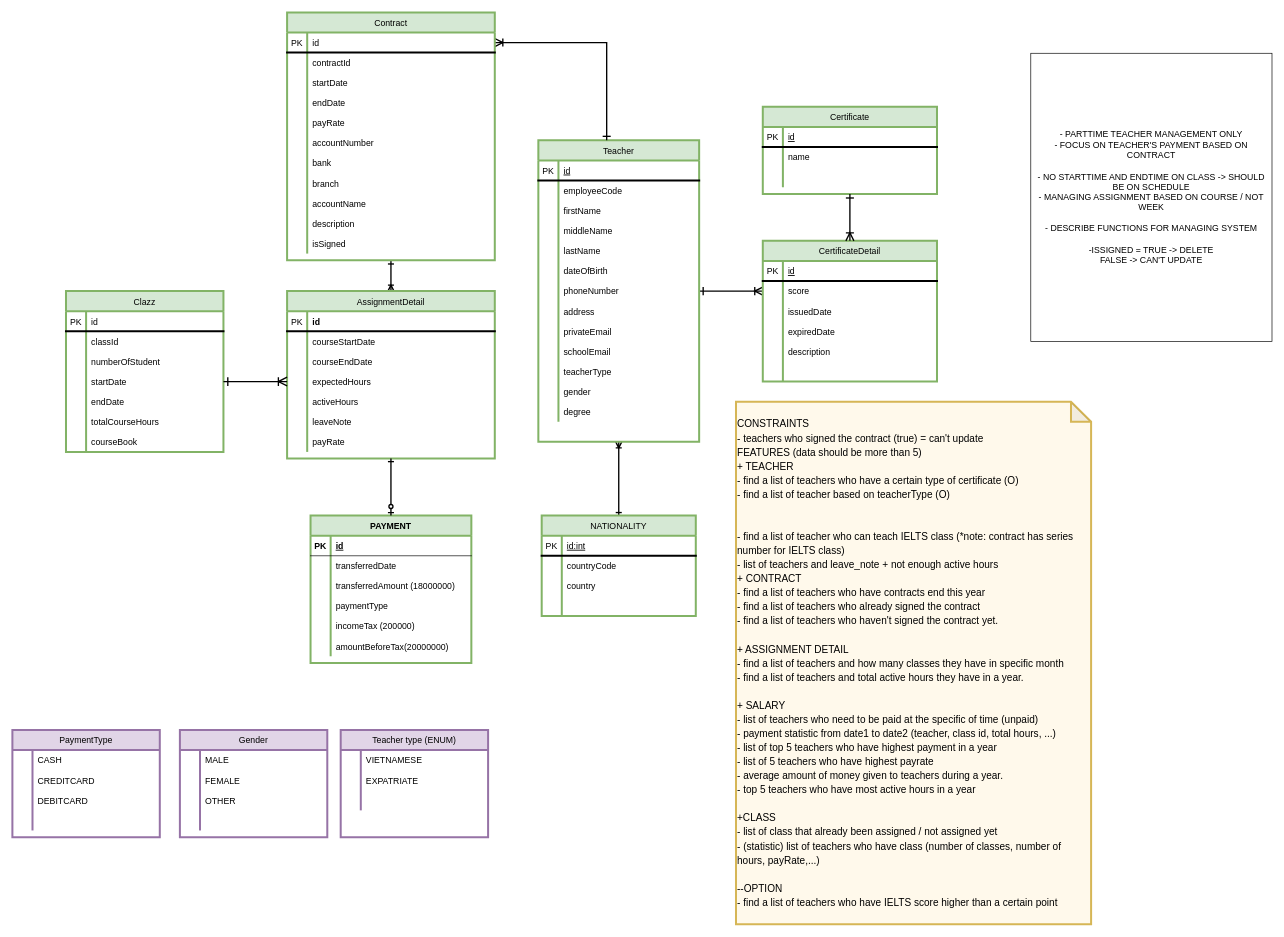
The draw.io diagram Teacher_Management_System - Type.drawio in AmberNguyn/PersonalProject_TeacherManagement, before the edit. Source tidied: cells renumbered, new cells numbered last; positions are measured from the earlier drawing's top-left corner, leaving out a move shared by most shapes. Both pictures are drawn from the tidied source at 67%, with x=0, y=0 at pixel (12, 12).
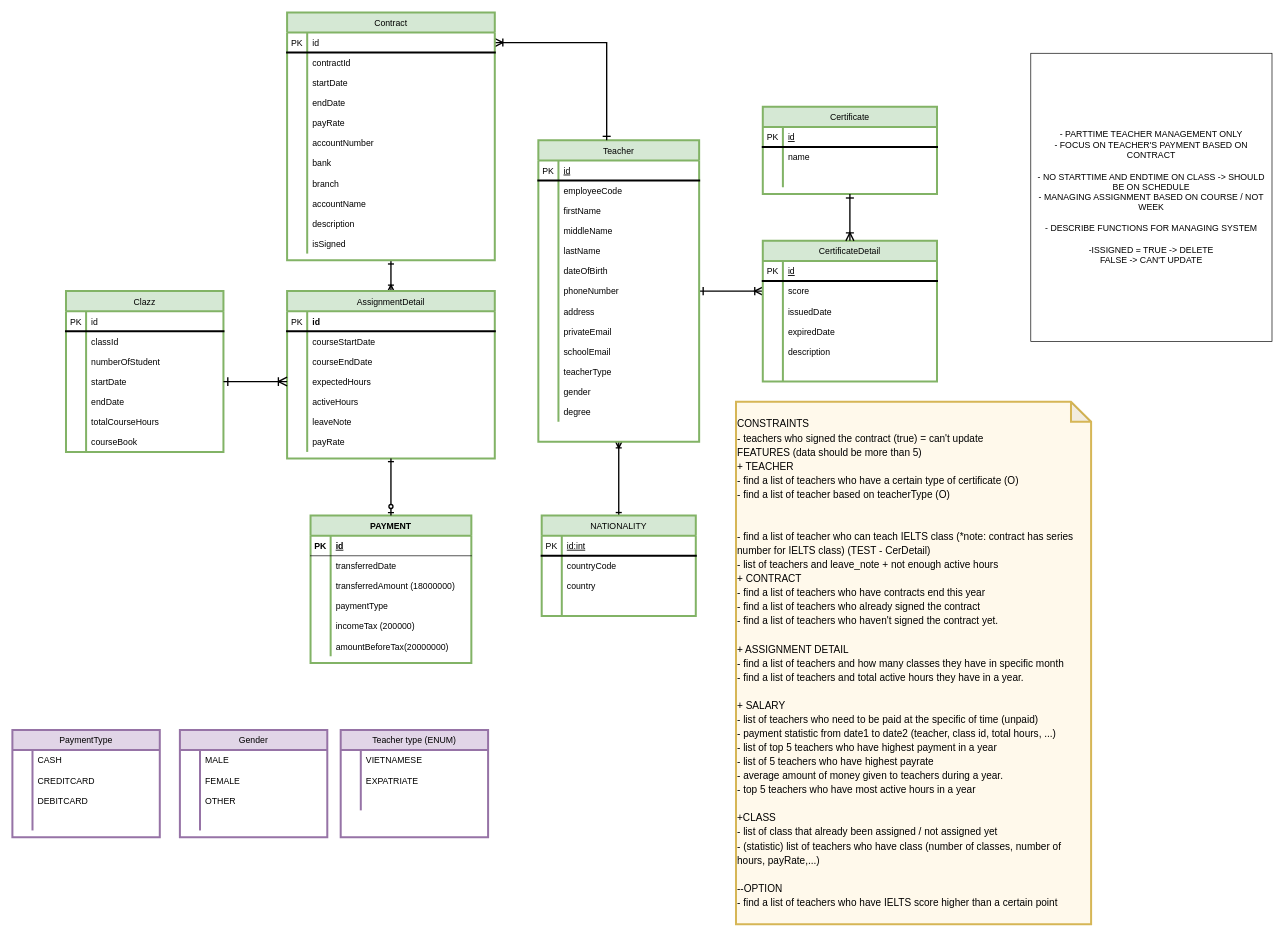
After the change.

Change to the diagram source:
```diff
@@
-    <mxCell id="225" value="&lt;font style=&quot;font-size: 15px; line-height: 1.4;&quot;&gt;CONSTRAINTS&lt;br&gt;- teachers who signed the contract (true) = can't update&lt;br&gt;FEATURES (data should be more than 5)&lt;br&gt;+ TEACHER&lt;br&gt;- find a list of teachers who have a certain type of certificate (O)&lt;br&gt;- find a list of teacher based on teacherType (O)&lt;br&gt;&lt;br&gt;&lt;br&gt;- find a list of teacher who can teach IELTS class (*note: contract has series number for IELTS class)&lt;br&gt;- list of teachers and leave_note + not enough active hours&lt;br&gt;+ CONTRACT&lt;br&gt;- find a list of teachers who have contracts end this year&lt;br&gt;- find a list of teachers who already signed the contract&lt;br&gt;- find a list of teachers who haven't signed the contract yet.&lt;br&gt;&lt;br&gt;+ ASSIGNMENT DETAIL&lt;br&gt;- find a list of teachers and how many classes they have in specific month&lt;br&gt;- find a list of teachers and total active hours they have in a year.&lt;br&gt;&lt;br&gt;+ SALARY&lt;br&gt;- list of teachers who need to be paid at the specific of time (unpaid)&lt;br&gt;- payment statistic from date1 to date2 (teacher, class id, total hours, ...)&amp;nbsp;&lt;br&gt;- list of top 5 teachers who have highest payment in a year&lt;br&gt;- list of 5 teachers who have highest payrate&lt;br&gt;- average amount of money given to teachers during a year.&lt;br&gt;- top 5 teachers who have most active hours in a year&lt;br&gt;&lt;br&gt;+CLASS&lt;br&gt;- list of class that already been assigned / not assigned yet&lt;br&gt;- (statistic) list of teachers who have class (number of classes, number of hours, payRate,...)&lt;br&gt;&lt;br&gt;--OPTION&lt;br&gt;- find a list of teachers who have IELTS score higher than a certain point&lt;br&gt;&lt;/font&gt;" style="shape=note;whiteSpace=wrap;html=1;backgroundOutline=1;darkOpacity=0.05;fontSize=13;strokeWidth=3;fillColor=#FFF9EB;strokeColor=#d6b656;align=left;" parent="1" vertex="1">
+    <mxCell id="225" value="&lt;font style=&quot;font-size: 15px; line-height: 1.4;&quot;&gt;CONSTRAINTS&lt;br&gt;- teachers who signed the contract (true) = can't update&lt;br&gt;FEATURES (data should be more than 5)&lt;br&gt;+ TEACHER&lt;br&gt;- find a list of teachers who have a certain type of certificate (O)&lt;br&gt;- find a list of teacher based on teacherType (O)&lt;br&gt;&lt;br&gt;&lt;br&gt;- find a list of teacher who can teach IELTS class (*note: contract has series number for IELTS class) (TEST - CerDetail)&lt;br&gt;- list of teachers and leave_note + not enough active hours&lt;br&gt;+ CONTRACT&lt;br&gt;- find a list of teachers who have contracts end this year&lt;br&gt;- find a list of teachers who already signed the contract&lt;br&gt;- find a list of teachers who haven't signed the contract yet.&lt;br&gt;&lt;br&gt;+ ASSIGNMENT DETAIL&lt;br&gt;- find a list of teachers and how many classes they have in specific month&lt;br&gt;- find a list of teachers and total active hours they have in a year.&lt;br&gt;&lt;br&gt;+ SALARY&lt;br&gt;- list of teachers who need to be paid at the specific of time (unpaid)&lt;br&gt;- payment statistic from date1 to date2 (teacher, class id, total hours, ...)&amp;nbsp;&lt;br&gt;- list of top 5 teachers who have highest payment in a year&lt;br&gt;- list of 5 teachers who have highest payrate&lt;br&gt;- average amount of money given to teachers during a year.&lt;br&gt;- top 5 teachers who have most active hours in a year&lt;br&gt;&lt;br&gt;+CLASS&lt;br&gt;- list of class that already been assigned / not assigned yet&lt;br&gt;- (statistic) list of teachers who have class (number of classes, number of hours, payRate,...)&lt;br&gt;&lt;br&gt;--OPTION&lt;br&gt;- find a list of teachers who have IELTS score higher than a certain point&lt;br&gt;&lt;/font&gt;" style="shape=note;whiteSpace=wrap;html=1;backgroundOutline=1;darkOpacity=0.05;fontSize=13;strokeWidth=3;fillColor=#FFF9EB;strokeColor=#d6b656;align=left;" parent="1" vertex="1">
       <mxGeometry x="1080" y="581" width="530" height="780" as="geometry" />
     </mxCell>
```
